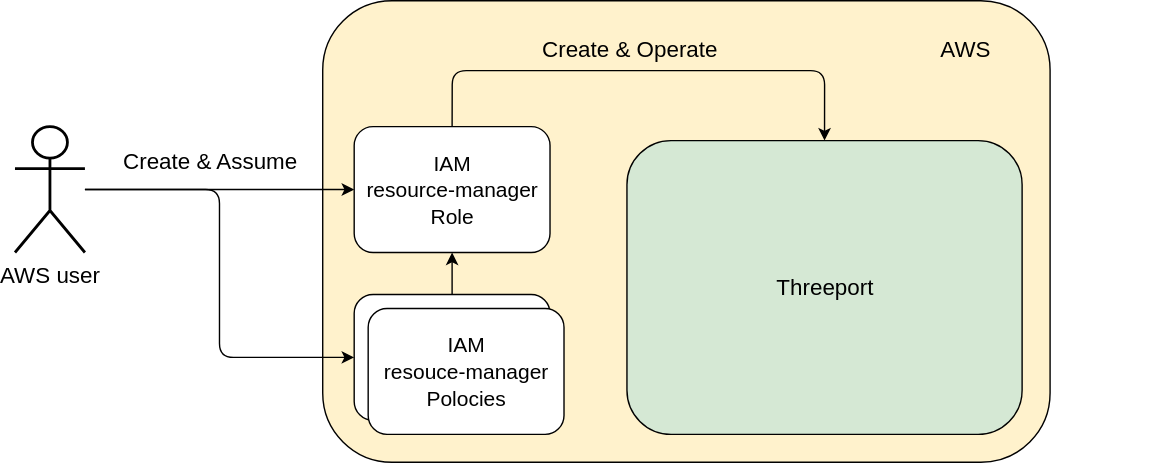
Before: docs/docs/img/ThreeportAdminPermissions.drawio.svg, a diagram exported from draw.io (threeport/threeport). Source tidied: cells renumbered, new cells last; positions are measured from the earlier drawing's top-left corner, leaving out a move shared by most shapes.
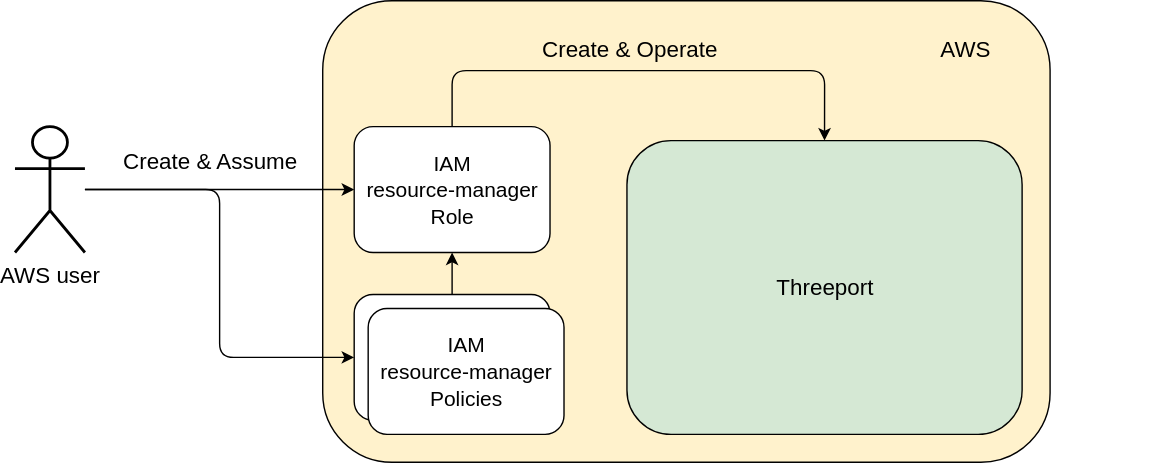
The same file after the commit.

The edit, as a diff of the source:
```diff
@@ -26,7 +26,7 @@
     <mxCell id="9" value="&lt;font&gt;AWS user&lt;/font&gt;" style="shape=umlActor;verticalLabelPosition=bottom;verticalAlign=top;html=1;outlineConnect=0;strokeWidth=2;fontSize=16;" parent="1" vertex="1">
       <mxGeometry y="90" width="50" height="90" as="geometry" />
     </mxCell>
-    <mxCell id="10" value="&lt;font style=&quot;color: rgb(0, 0, 0); font-size: 15px;&quot;&gt;IAM&amp;nbsp;&lt;/font&gt;&lt;div&gt;&lt;font style=&quot;color: rgb(0, 0, 0); font-size: 15px;&quot;&gt;resouce-manager&lt;/font&gt;&lt;div&gt;&lt;font style=&quot;color: rgb(0, 0, 0); font-size: 15px;&quot;&gt;Polocies&lt;/font&gt;&lt;/div&gt;&lt;/div&gt;" style="rounded=1;whiteSpace=wrap;html=1;fontSize=16;" parent="1" vertex="1">
+    <mxCell id="10" value="&lt;font style=&quot;color: rgb(0, 0, 0); font-size: 15px;&quot;&gt;IAM&amp;nbsp;&lt;/font&gt;&lt;div&gt;&lt;font style=&quot;color: rgb(0, 0, 0); font-size: 15px;&quot;&gt;resource-manager&lt;/font&gt;&lt;div&gt;&lt;font style=&quot;color: rgb(0, 0, 0); font-size: 15px;&quot;&gt;Policies&lt;/font&gt;&lt;/div&gt;&lt;/div&gt;" style="rounded=1;whiteSpace=wrap;html=1;fontSize=16;" parent="1" vertex="1">
       <mxGeometry x="252.5" y="220" width="140" height="90" as="geometry" />
     </mxCell>
     <mxCell id="11" style="endArrow=classic;html=1;exitX=0.5;exitY=0;exitDx=0;exitDy=0;entryX=0.5;entryY=0;entryDx=0;entryDy=0;edgeStyle=orthogonalEdgeStyle;" parent="1" edge="1" source="4" target="3">
```
